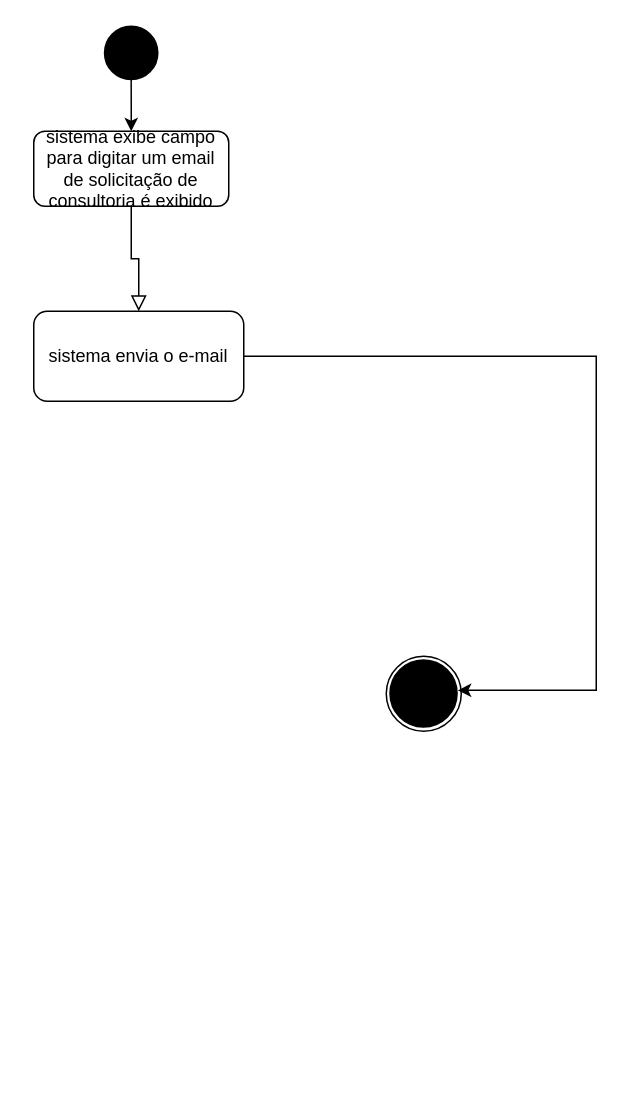
Above: page "Página-4" (4 of 9) of Diagrama sem nome.drawio in devguina/CEFET-Software_Engineering (draw.io), before the change. Source tidied: cells renumbered, new cells numbered last; positions are measured from the earlier drawing's top-left corner, leaving out a move shared by most shapes. Both pictures are drawn from the tidied source at 150%, with x=0, y=0 at pixel (33, 26).
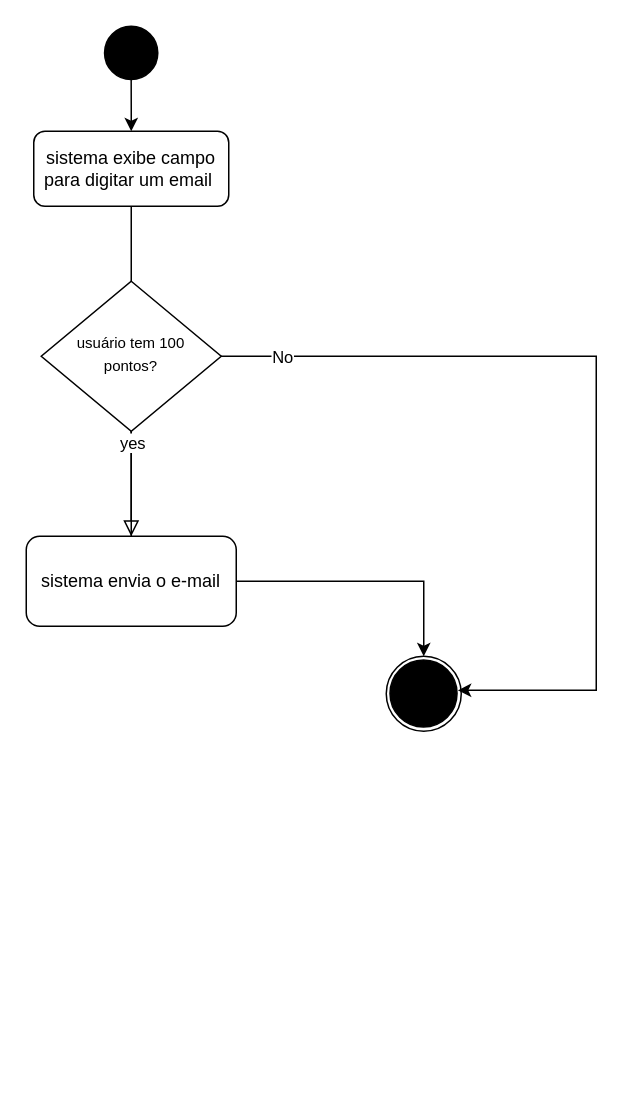
The same diagram, later.

Change to the diagram source:
```diff
@@
 <mxGraphModel>
   <root>
     <mxCell id="0" />
     <mxCell id="1" parent="0" />
     <mxCell id="2" style="text;html=1;align=center;verticalAlign=middle;strokeColor=none;fillColor=none;" parent="1" vertex="1">
       <mxGeometry x="115" y="678" width="20" height="30" as="geometry" />
     </mxCell>
     <mxCell id="3" style="rounded=0;html=1;jettySize=auto;fontSize=11;endArrow=block;endFill=0;endSize=8;strokeWidth=1;shadow=0;labelBackgroundColor=none;edgeStyle=orthogonalEdgeStyle;" parent="1" edge="1" source="4" target="8">
       <mxGeometry relative="1" as="geometry" />
     </mxCell>
-    <mxCell id="4" value="sistema exibe campo para digitar um email de solicitação de consultoria é exibido" style="rounded=1;whiteSpace=wrap;html=1;fontSize=12;glass=0;strokeWidth=1;shadow=0;" parent="1" vertex="1">
+    <mxCell id="4" value="sistema exibe campo para digitar um email&amp;nbsp;" style="rounded=1;whiteSpace=wrap;html=1;fontSize=12;glass=0;strokeWidth=1;shadow=0;" parent="1" vertex="1">
       <mxGeometry y="70" width="130" height="50" as="geometry" />
     </mxCell>
     <mxCell id="5" style="edgeStyle=orthogonalEdgeStyle;rounded=0;jettySize=auto;html=1;entryX=0.5;entryY=0;entryDx=0;entryDy=0;" parent="1" edge="1" source="6" target="4">
       <mxGeometry relative="1" as="geometry" />
     </mxCell>
     <mxCell id="6" style="ellipse;shape=doubleEllipse;whiteSpace=wrap;html=1;fillColor=#000000;" parent="1" vertex="1">
       <mxGeometry x="47.2" width="35.5" height="35.5" as="geometry" />
     </mxCell>
     <mxCell id="7" style="edgeStyle=orthogonalEdgeStyle;rounded=0;jettySize=auto;html=1;entryX=1;entryY=1;entryDx=0;entryDy=0;" parent="1" edge="1" source="8">
       <mxGeometry relative="1" as="geometry">
         <mxPoint x="282.7" y="442.7" as="targetPoint" />
         <Array as="points">
           <mxPoint x="375" y="220" />
           <mxPoint x="375" y="443" />
         </Array>
       </mxGeometry>
     </mxCell>
+    <mxCell id="12" value="No" style="edgeLabel;html=1;align=center;verticalAlign=middle;" parent="7" vertex="1">
+      <mxGeometry x="-0.41" relative="1" as="geometry" />
+    </mxCell>
+    <mxCell id="13" value="yes" style="edgeLabel;html=1;align=center;verticalAlign=middle;" parent="7" vertex="1">
+      <mxGeometry x="-0.83" relative="1" as="geometry" />
+    </mxCell>
+    <mxCell id="14" style="edgeStyle=orthogonalEdgeStyle;rounded=0;jettySize=auto;html=1;" parent="1" edge="1" source="8" target="11">
+      <mxGeometry relative="1" as="geometry" />
+    </mxCell>
     <mxCell id="8" value="sistema envia o e-mail" style="rounded=1;whiteSpace=wrap;html=1;fontSize=12;glass=0;strokeWidth=1;shadow=0;" parent="1" vertex="1">
-      <mxGeometry y="190" width="140" height="60" as="geometry" />
+      <mxGeometry x="-5" y="340" width="140" height="60" as="geometry" />
     </mxCell>
     <mxCell id="9" style="group;" parent="1" vertex="1">
       <mxGeometry x="235" y="420" width="50" height="50" as="geometry" />
     </mxCell>
     <mxCell id="10" style="ellipse;shape=doubleEllipse;whiteSpace=wrap;html=1;fillColor=#000000;" parent="9" vertex="1">
       <mxGeometry x="2.5" y="2.5" width="44.7" height="44.7" as="geometry" />
     </mxCell>
     <mxCell id="11" style="ellipse;shape=doubleEllipse;whiteSpace=wrap;html=1;fillColor=none;" parent="9" vertex="1">
       <mxGeometry width="50" height="50" as="geometry" />
     </mxCell>
+    <mxCell id="15" value="&lt;font size=&quot;1&quot;&gt;usuário tem 100 pontos?&lt;/font&gt;" style="rhombus;whiteSpace=wrap;html=1;shadow=0;fontFamily=Helvetica;fontSize=12;align=center;strokeWidth=1;spacing=6;spacingTop=-4;" parent="1" vertex="1">
+      <mxGeometry x="5" y="170" width="120" height="100" as="geometry" />
+    </mxCell>
   </root>
 </mxGraphModel>
```
